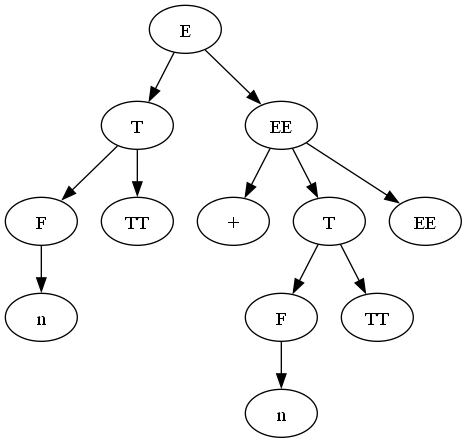
Above: lab4/graph1.png in Ultimatereo/MT (Graphviz), before the change. Its source is kept beside it as lab4/graph1.dot. Source of this version:
```dot
digraph ParserResult {
"NonTerminal[name=E]_16" [label="E"]
"NonTerminal[name=T]_8" [label="T"]
"NonTerminal[name=E]_16"->"NonTerminal[name=T]_8";
"NonTerminal[name=T]_8" [label="T"]
"NonTerminal[name=F]_6" [label="F"]
"NonTerminal[name=T]_8"->"NonTerminal[name=F]_6";
"NonTerminal[name=F]_6" [label="F"]
"Token{name='n', value='1'}_5" [label="n"]
"NonTerminal[name=F]_6"->"Token{name='n', value='1'}_5";
"Token{name='n', value='1'}_5" [label="n"]
"NonTerminal[name=TT]_7" [label="TT"]
"NonTerminal[name=T]_8"->"NonTerminal[name=TT]_7";
"NonTerminal[name=TT]_7" [label="TT"]
"NonTerminal[name=EE]_15" [label="EE"]
"NonTerminal[name=E]_16"->"NonTerminal[name=EE]_15";
"NonTerminal[name=EE]_15" [label="EE"]
"Token{name='+', value='+'}_9" [label="+"]
"NonTerminal[name=EE]_15"->"Token{name='+', value='+'}_9";
"Token{name='+', value='+'}_9" [label="+"]
"NonTerminal[name=T]_13" [label="T"]
"NonTerminal[name=EE]_15"->"NonTerminal[name=T]_13";
"NonTerminal[name=T]_13" [label="T"]
"NonTerminal[name=F]_11" [label="F"]
"NonTerminal[name=T]_13"->"NonTerminal[name=F]_11";
"NonTerminal[name=F]_11" [label="F"]
"Token{name='n', value='2'}_10" [label="n"]
"NonTerminal[name=F]_11"->"Token{name='n', value='2'}_10";
"Token{name='n', value='2'}_10" [label="n"]
"NonTerminal[name=TT]_12" [label="TT"]
"NonTerminal[name=T]_13"->"NonTerminal[name=TT]_12";
"NonTerminal[name=TT]_12" [label="TT"]
"NonTerminal[name=EE]_14" [label="EE"]
"NonTerminal[name=EE]_15"->"NonTerminal[name=EE]_14";
"NonTerminal[name=EE]_14" [label="EE"]
}
```
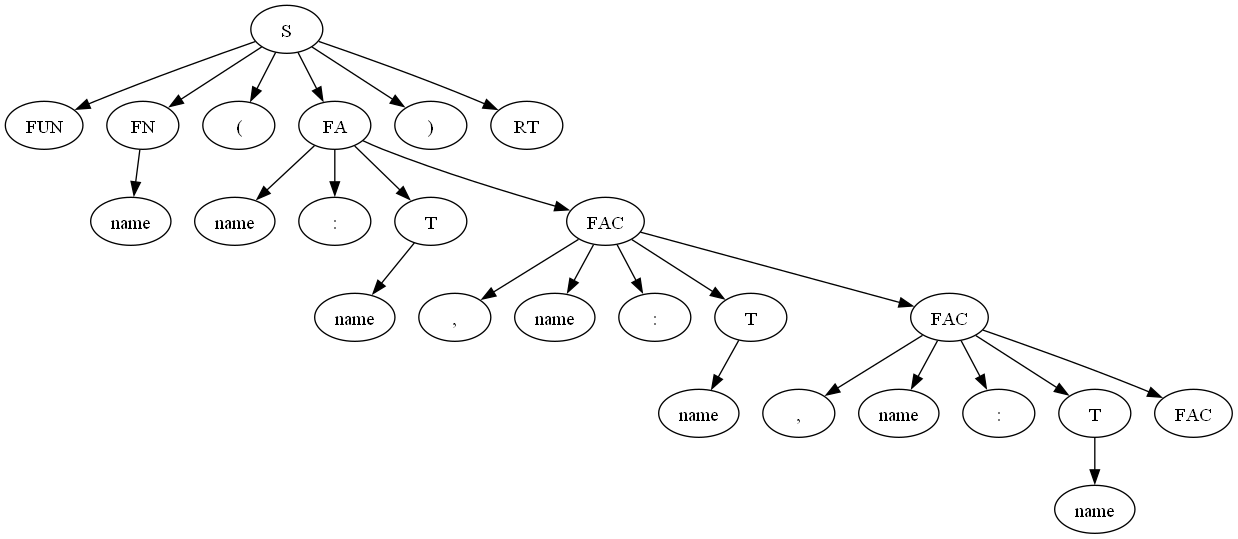
The same file after the commit.

What changed in the source:
```diff
@@ -1,36 +1,75 @@
 digraph ParserResult {
-"NonTerminal[name=E]_16" [label="E"]
-"NonTerminal[name=T]_8" [label="T"]
-"NonTerminal[name=E]_16"->"NonTerminal[name=T]_8";
-"NonTerminal[name=T]_8" [label="T"]
-"NonTerminal[name=F]_6" [label="F"]
-"NonTerminal[name=T]_8"->"NonTerminal[name=F]_6";
-"NonTerminal[name=F]_6" [label="F"]
-"Token{name='n', value='1'}_5" [label="n"]
-"NonTerminal[name=F]_6"->"Token{name='n', value='1'}_5";
-"Token{name='n', value='1'}_5" [label="n"]
-"NonTerminal[name=TT]_7" [label="TT"]
-"NonTerminal[name=T]_8"->"NonTerminal[name=TT]_7";
-"NonTerminal[name=TT]_7" [label="TT"]
-"NonTerminal[name=EE]_15" [label="EE"]
-"NonTerminal[name=E]_16"->"NonTerminal[name=EE]_15";
-"NonTerminal[name=EE]_15" [label="EE"]
-"Token{name='+', value='+'}_9" [label="+"]
-"NonTerminal[name=EE]_15"->"Token{name='+', value='+'}_9";
-"Token{name='+', value='+'}_9" [label="+"]
-"NonTerminal[name=T]_13" [label="T"]
-"NonTerminal[name=EE]_15"->"NonTerminal[name=T]_13";
-"NonTerminal[name=T]_13" [label="T"]
-"NonTerminal[name=F]_11" [label="F"]
-"NonTerminal[name=T]_13"->"NonTerminal[name=F]_11";
-"NonTerminal[name=F]_11" [label="F"]
-"Token{name='n', value='2'}_10" [label="n"]
-"NonTerminal[name=F]_11"->"Token{name='n', value='2'}_10";
-"Token{name='n', value='2'}_10" [label="n"]
-"NonTerminal[name=TT]_12" [label="TT"]
-"NonTerminal[name=T]_13"->"NonTerminal[name=TT]_12";
-"NonTerminal[name=TT]_12" [label="TT"]
-"NonTerminal[name=EE]_14" [label="EE"]
-"NonTerminal[name=EE]_15"->"NonTerminal[name=EE]_14";
-"NonTerminal[name=EE]_14" [label="EE"]
+"NonTerminal[name=S]_47" [label="S"]
+"Token{name='FUN', value='fun'}_23" [label="FUN"]
+"NonTerminal[name=S]_47"->"Token{name='FUN', value='fun'}_23";
+"Token{name='FUN', value='fun'}_23" [label="FUN"]
+"NonTerminal[name=FN]_25" [label="FN"]
+"NonTerminal[name=S]_47"->"NonTerminal[name=FN]_25";
+"NonTerminal[name=FN]_25" [label="FN"]
+"Token{name='name', value='aboba'}_24" [label="name"]
+"NonTerminal[name=FN]_25"->"Token{name='name', value='aboba'}_24";
+"Token{name='name', value='aboba'}_24" [label="name"]
+"Token{name='(', value='('}_26" [label="("]
+"NonTerminal[name=S]_47"->"Token{name='(', value='('}_26";
+"Token{name='(', value='('}_26" [label="("]
+"NonTerminal[name=FA]_44" [label="FA"]
+"NonTerminal[name=S]_47"->"NonTerminal[name=FA]_44";
+"NonTerminal[name=FA]_44" [label="FA"]
+"Token{name='name', value='a'}_27" [label="name"]
+"NonTerminal[name=FA]_44"->"Token{name='name', value='a'}_27";
+"Token{name='name', value='a'}_27" [label="name"]
+"Token{name=':', value=':'}_28" [label=":"]
+"NonTerminal[name=FA]_44"->"Token{name=':', value=':'}_28";
+"Token{name=':', value=':'}_28" [label=":"]
+"NonTerminal[name=T]_30" [label="T"]
+"NonTerminal[name=FA]_44"->"NonTerminal[name=T]_30";
+"NonTerminal[name=T]_30" [label="T"]
+"Token{name='name', value='Int'}_29" [label="name"]
+"NonTerminal[name=T]_30"->"Token{name='name', value='Int'}_29";
+"Token{name='name', value='Int'}_29" [label="name"]
+"NonTerminal[name=FAC]_43" [label="FAC"]
+"NonTerminal[name=FA]_44"->"NonTerminal[name=FAC]_43";
+"NonTerminal[name=FAC]_43" [label="FAC"]
+"Token{name=',', value=','}_31" [label=","]
+"NonTerminal[name=FAC]_43"->"Token{name=',', value=','}_31";
+"Token{name=',', value=','}_31" [label=","]
+"Token{name='name', value='b'}_32" [label="name"]
+"NonTerminal[name=FAC]_43"->"Token{name='name', value='b'}_32";
+"Token{name='name', value='b'}_32" [label="name"]
+"Token{name=':', value=':'}_33" [label=":"]
+"NonTerminal[name=FAC]_43"->"Token{name=':', value=':'}_33";
+"Token{name=':', value=':'}_33" [label=":"]
+"NonTerminal[name=T]_35" [label="T"]
+"NonTerminal[name=FAC]_43"->"NonTerminal[name=T]_35";
+"NonTerminal[name=T]_35" [label="T"]
+"Token{name='name', value='Int'}_34" [label="name"]
+"NonTerminal[name=T]_35"->"Token{name='name', value='Int'}_34";
+"Token{name='name', value='Int'}_34" [label="name"]
+"NonTerminal[name=FAC]_42" [label="FAC"]
+"NonTerminal[name=FAC]_43"->"NonTerminal[name=FAC]_42";
+"NonTerminal[name=FAC]_42" [label="FAC"]
+"Token{name=',', value=','}_36" [label=","]
+"NonTerminal[name=FAC]_42"->"Token{name=',', value=','}_36";
+"Token{name=',', value=','}_36" [label=","]
+"Token{name='name', value='c'}_37" [label="name"]
+"NonTerminal[name=FAC]_42"->"Token{name='name', value='c'}_37";
+"Token{name='name', value='c'}_37" [label="name"]
+"Token{name=':', value=':'}_38" [label=":"]
+"NonTerminal[name=FAC]_42"->"Token{name=':', value=':'}_38";
+"Token{name=':', value=':'}_38" [label=":"]
+"NonTerminal[name=T]_40" [label="T"]
+"NonTerminal[name=FAC]_42"->"NonTerminal[name=T]_40";
+"NonTerminal[name=T]_40" [label="T"]
+"Token{name='name', value='String'}_39" [label="name"]
+"NonTerminal[name=T]_40"->"Token{name='name', value='String'}_39";
+"Token{name='name', value='String'}_39" [label="name"]
+"NonTerminal[name=FAC]_41" [label="FAC"]
+"NonTerminal[name=FAC]_42"->"NonTerminal[name=FAC]_41";
+"NonTerminal[name=FAC]_41" [label="FAC"]
+"Token{name=')', value=')'}_45" [label=")"]
+"NonTerminal[name=S]_47"->"Token{name=')', value=')'}_45";
+"Token{name=')', value=')'}_45" [label=")"]
+"NonTerminal[name=RT]_46" [label="RT"]
+"NonTerminal[name=S]_47"->"NonTerminal[name=RT]_46";
+"NonTerminal[name=RT]_46" [label="RT"]
 }
```
